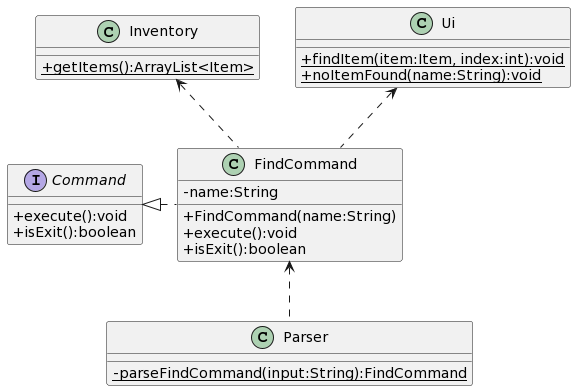
Before: docs/uml-diagrams/FindCommandClass.png, a diagram exported from PlantUML (rismm/tp).
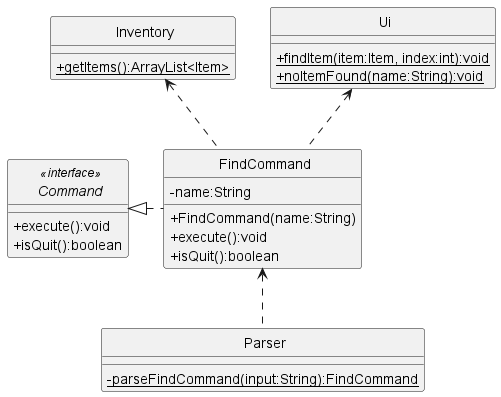
The same file after the commit.

Change to the diagram source:
```diff
@@ -1,5 +1,7 @@
 @startuml
 skinparam classAttributeIconSize 0
+skinparam CircledCharacterFontSize 0
+skinparam CircledCharacterRadius 0
 
 abstract class Command
 class Inventory
@@ -12,16 +14,16 @@
 Ui <.. FindCommand
 FindCommand <.. Parser
 
-interface Command {
+interface Command <<interface>> {
     +execute():void
-    +isExit():boolean
+    +isQuit():boolean
 }
 
 class FindCommand {
     -name:String
     +FindCommand(name:String)
     +execute():void
-    +isExit():boolean
+    +isQuit():boolean
 }
 
 class Inventory {
```
